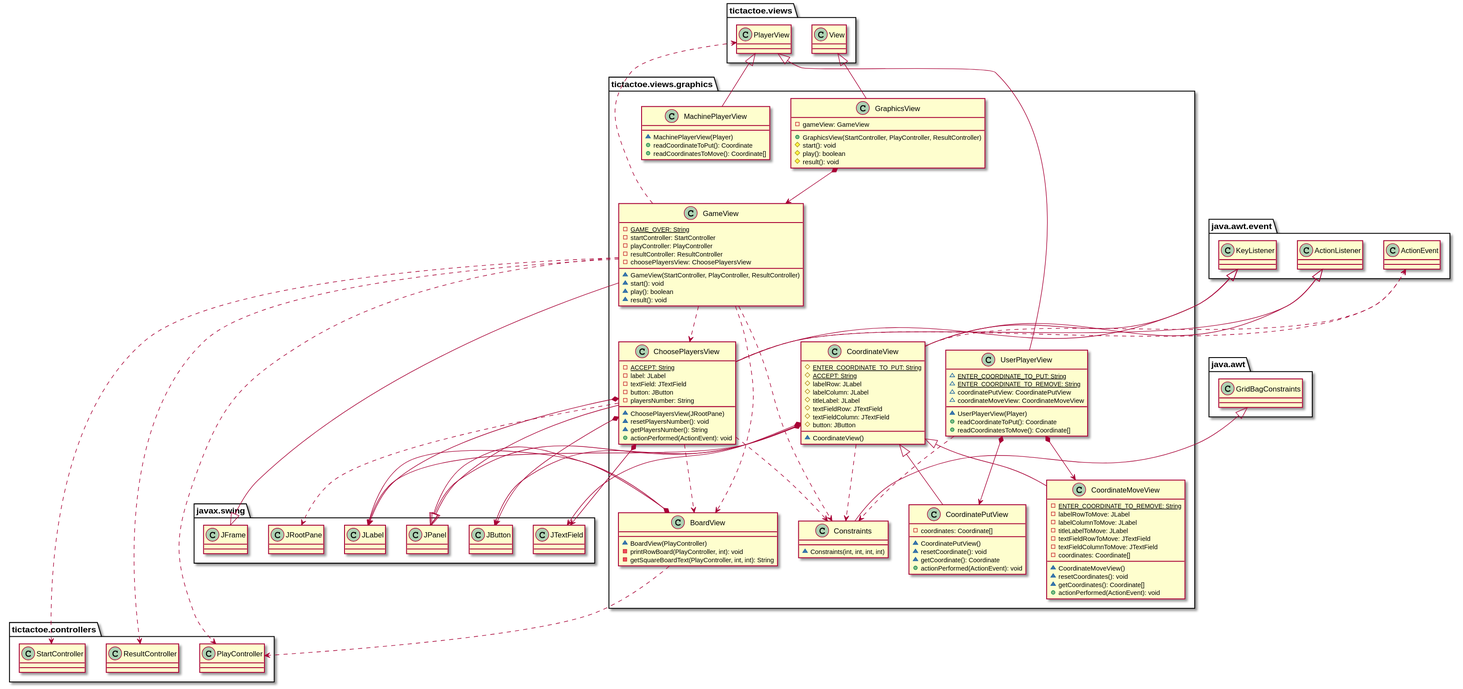
Before: docs/build/docs/asciidoc/images/tictactoeViewsGraphicsVersion5.svg, a diagram exported from PlantUML (x-USantaTecla-game-ticTacToe/java).
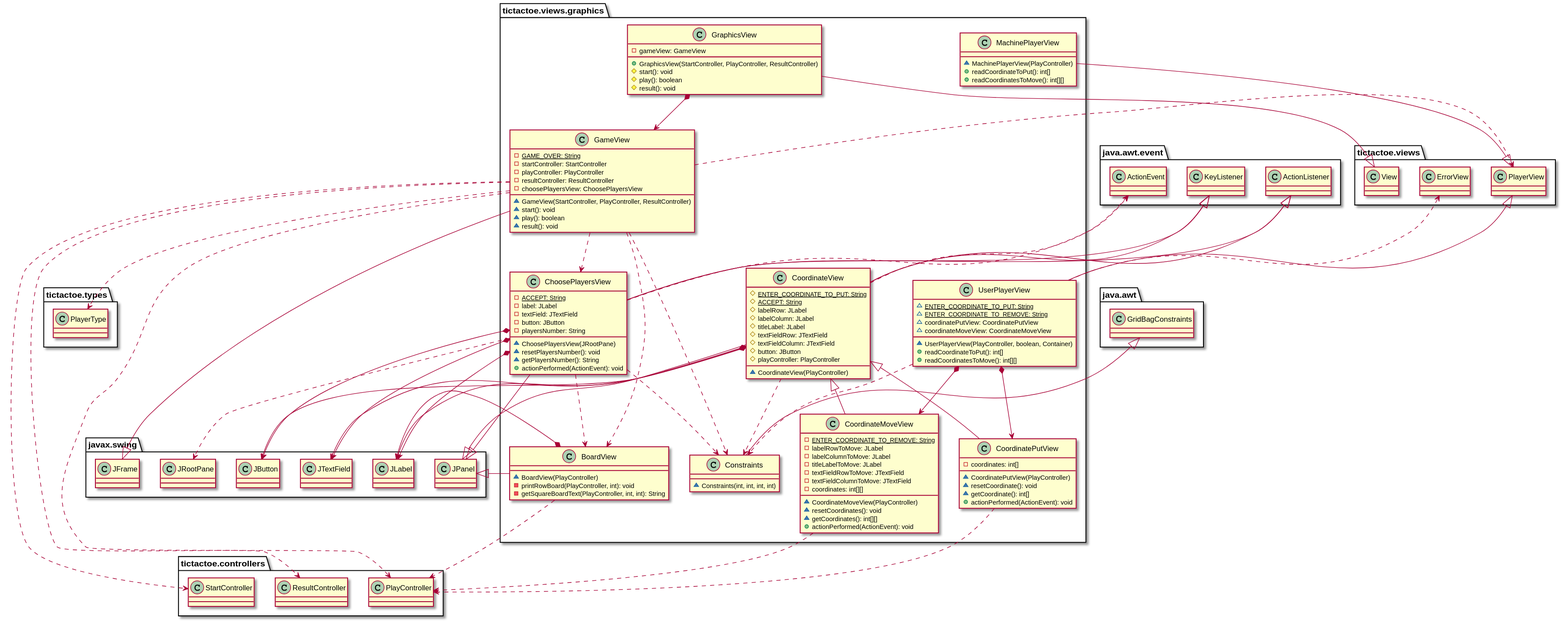
After the change.

Diff of the diagram source:
```diff
@@ -43,22 +43,24 @@
 - titleLabelToMove: JLabel
 - textFieldRowToMove: JTextField
 - textFieldColumnToMove: JTextField
-- coordinates: Coordinate[]
-~ CoordinateMoveView()
+- coordinates: int[][]
+~ CoordinateMoveView(PlayController)
 ~ resetCoordinates(): void
-~ getCoordinates(): Coordinate[]
+~ getCoordinates(): int[][]
 + actionPerformed(ActionEvent): void
 }
 tictactoe.views.graphics.CoordinateView <|-down- tictactoe.views.graphics.CoordinateMoveView
+tictactoe.views.graphics.CoordinateMoveView ..> tictactoe.controllers.PlayController
 
 class  tictactoe.views.graphics.CoordinatePutView{
-- coordinates: Coordinate[]
-~ CoordinatePutView()
+- coordinates: int[]
+~ CoordinatePutView(PlayController)
 ~ resetCoordinate(): void
-~ getCoordinate(): Coordinate
+~ getCoordinate(): int[]
 + actionPerformed(ActionEvent): void
 }
 tictactoe.views.graphics.CoordinateView <|-down- tictactoe.views.graphics.CoordinatePutView
+tictactoe.views.graphics.CoordinatePutView ..> tictactoe.controllers.PlayController
 
 class  tictactoe.views.graphics.CoordinateView{
 # {static} ENTER_COORDINATE_TO_PUT: String
@@ -69,7 +71,8 @@
 # textFieldRow: JTextField
 # textFieldColumn: JTextField
 # button: JButton
-~ CoordinateView()
+# playController: PlayController
+~ CoordinateView(PlayController)
 }
 javax.swing.JPanel <|-down- tictactoe.views.graphics.CoordinateView
 java.awt.event.ActionListener <|-down- tictactoe.views.graphics.CoordinateView
@@ -99,6 +102,7 @@
 tictactoe.views.graphics.GameView ..> tictactoe.views.PlayerView
 tictactoe.views.graphics.GameView ..> tictactoe.views.graphics.BoardView
 tictactoe.views.graphics.GameView ..> tictactoe.views.graphics.Constraints
+tictactoe.views.graphics.GameView ..> tictactoe.types.PlayerType
 
 class  tictactoe.views.graphics.GraphicsView{
 - gameView: GameView
@@ -111,9 +115,9 @@
 tictactoe.views.graphics.GraphicsView *-down-> tictactoe.views.graphics.GameView
 
 class  tictactoe.views.graphics.MachinePlayerView{
-~ MachinePlayerView(Player)
-+ readCoordinateToPut(): Coordinate
-+ readCoordinatesToMove(): Coordinate[]
+~ MachinePlayerView(PlayController)
++ readCoordinateToPut(): int[]
++ readCoordinatesToMove(): int[][]
 }
 tictactoe.views.PlayerView <|-down- tictactoe.views.graphics.MachinePlayerView
 
@@ -122,13 +126,14 @@
 ~ {static} ENTER_COORDINATE_TO_REMOVE: String
 ~ coordinatePutView: CoordinatePutView
 ~ coordinateMoveView: CoordinateMoveView
-~ UserPlayerView(Player)
-+ readCoordinateToPut(): Coordinate
-+ readCoordinatesToMove(): Coordinate[]
+~ UserPlayerView(PlayController, boolean, Container)
++ readCoordinateToPut(): int[]
++ readCoordinatesToMove(): int[][]
 }
 tictactoe.views.PlayerView <|-down- tictactoe.views.graphics.UserPlayerView
 tictactoe.views.graphics.UserPlayerView *-down-> tictactoe.views.graphics.CoordinatePutView
 tictactoe.views.graphics.UserPlayerView *-down-> tictactoe.views.graphics.CoordinateMoveView
 tictactoe.views.graphics.UserPlayerView ..> tictactoe.views.graphics.Constraints
+tictactoe.views.graphics.UserPlayerView ..> tictactoe.views.ErrorView
 
 @enduml
```
